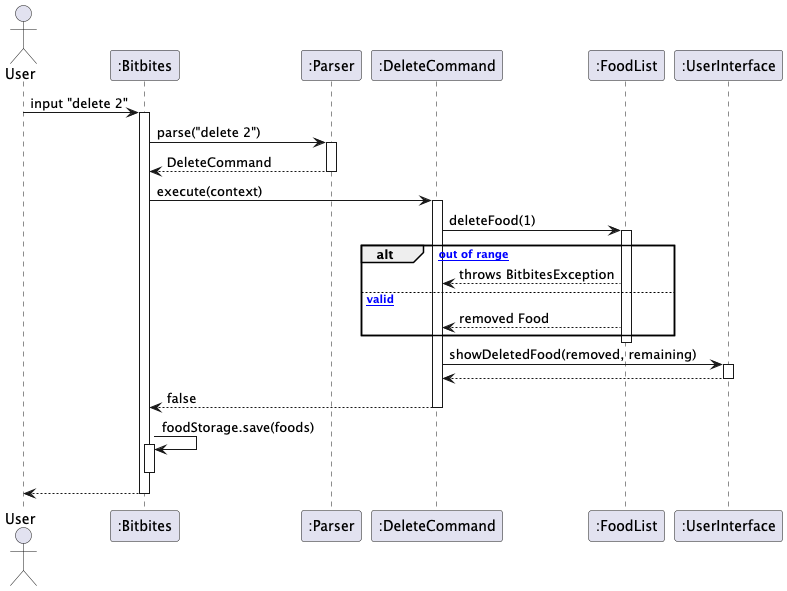
bryanyeo3125/tp keeps this PlantUML diagram as docs/uml/delete.png. Above is the earlier version. Source of this version:
```plantuml
@startuml
actor User
participant ":Bitbites" as Bitbites
participant ":Parser" as Parser
participant ":DeleteCommand" as DeleteCommand
participant ":FoodList" as FoodList
participant ":UserInterface" as UI

User -> Bitbites : input "delete 2"
activate Bitbites

Bitbites -> Parser : parse("delete 2")
activate Parser
Parser --> Bitbites : DeleteCommand
deactivate Parser

Bitbites -> DeleteCommand : execute(context)
activate DeleteCommand

DeleteCommand -> FoodList : deleteFood(1)
activate FoodList
alt [index out of range]
  FoodList --> DeleteCommand : throws BitbitesException
else [index valid]
  FoodList --> DeleteCommand : removed Food
end
deactivate FoodList

DeleteCommand -> UI : showDeletedFood(removed, remaining)
activate UI
UI --> DeleteCommand
deactivate UI

DeleteCommand --> Bitbites : false
deactivate DeleteCommand

Bitbites -> Bitbites : foodStorage.save(foods)
activate Bitbites
deactivate Bitbites

Bitbites --> User
deactivate Bitbites
@enduml
```
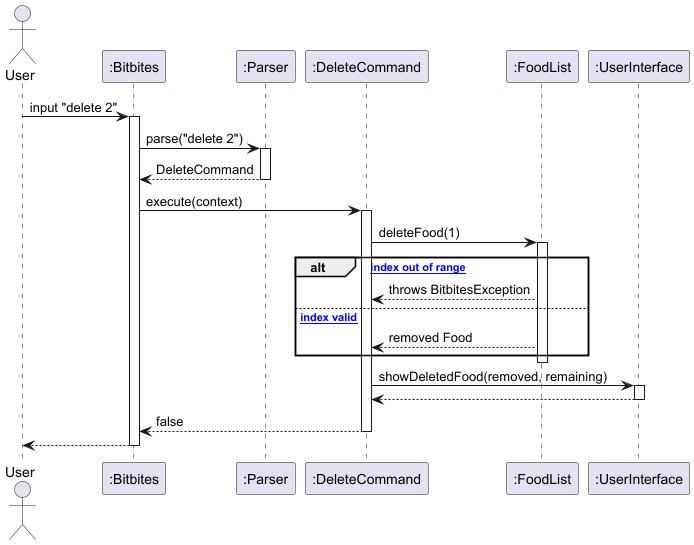
The same file after the commit.

Change to the diagram source:
```diff
@@ -19,9 +19,9 @@
 
 DeleteCommand -> FoodList : deleteFood(1)
 activate FoodList
-alt [index out of range]
+alt [* index out of range]
   FoodList --> DeleteCommand : throws BitbitesException
-else [index valid]
+else [* index valid]
   FoodList --> DeleteCommand : removed Food
 end
 deactivate FoodList
@@ -34,10 +34,6 @@
 DeleteCommand --> Bitbites : false
 deactivate DeleteCommand
 
-Bitbites -> Bitbites : foodStorage.save(foods)
-activate Bitbites
-deactivate Bitbites
-
 Bitbites --> User
 deactivate Bitbites
 @enduml
```
